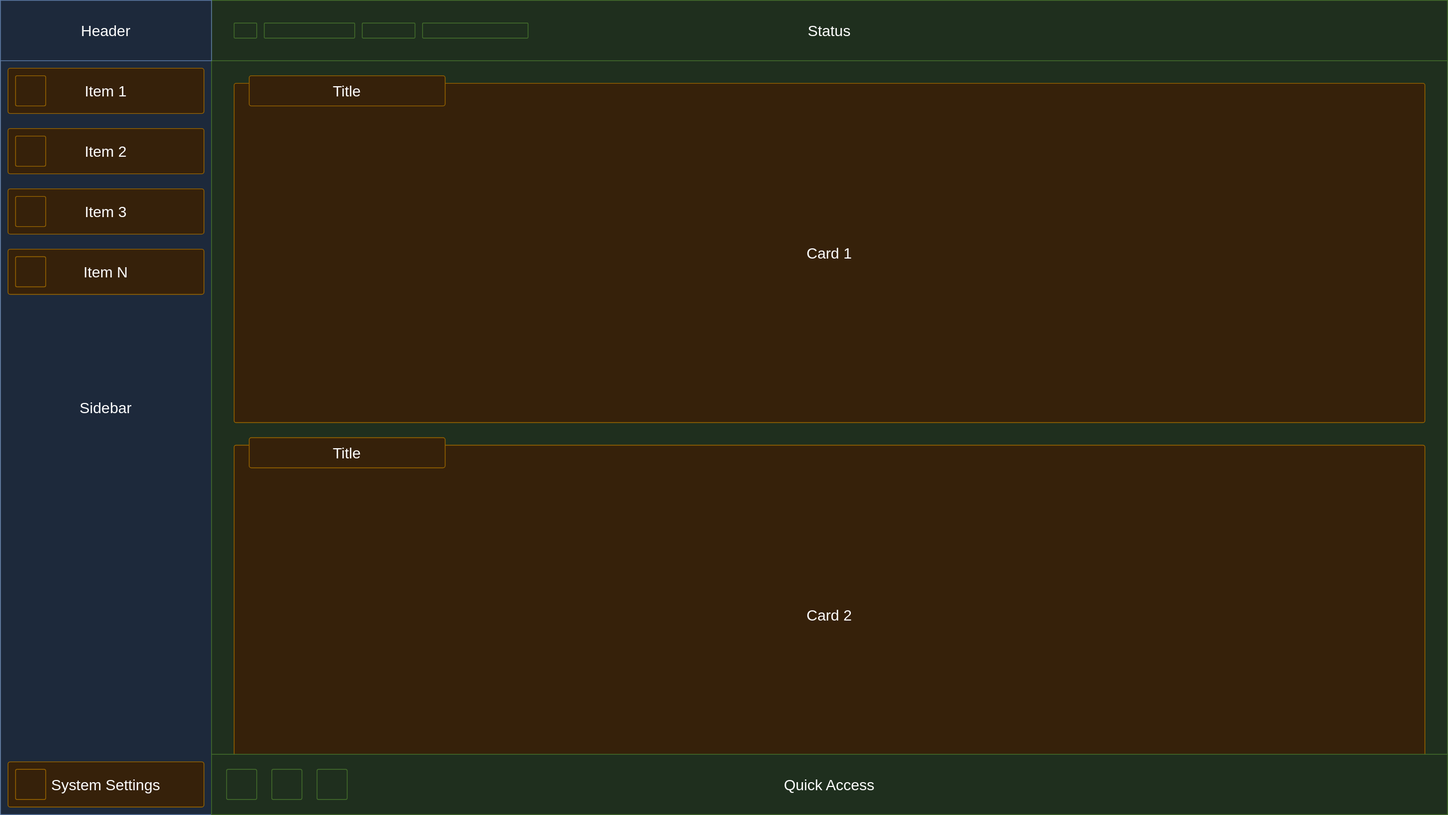
This is docs/ui.drawio.svg from MinecraftPlayground/server-management-dashboard, a draw.io export, as it was before one commit. Source tidied: cells renumbered, new cells last; positions are measured from the earlier drawing's top-left corner, leaving out a move shared by most shapes.
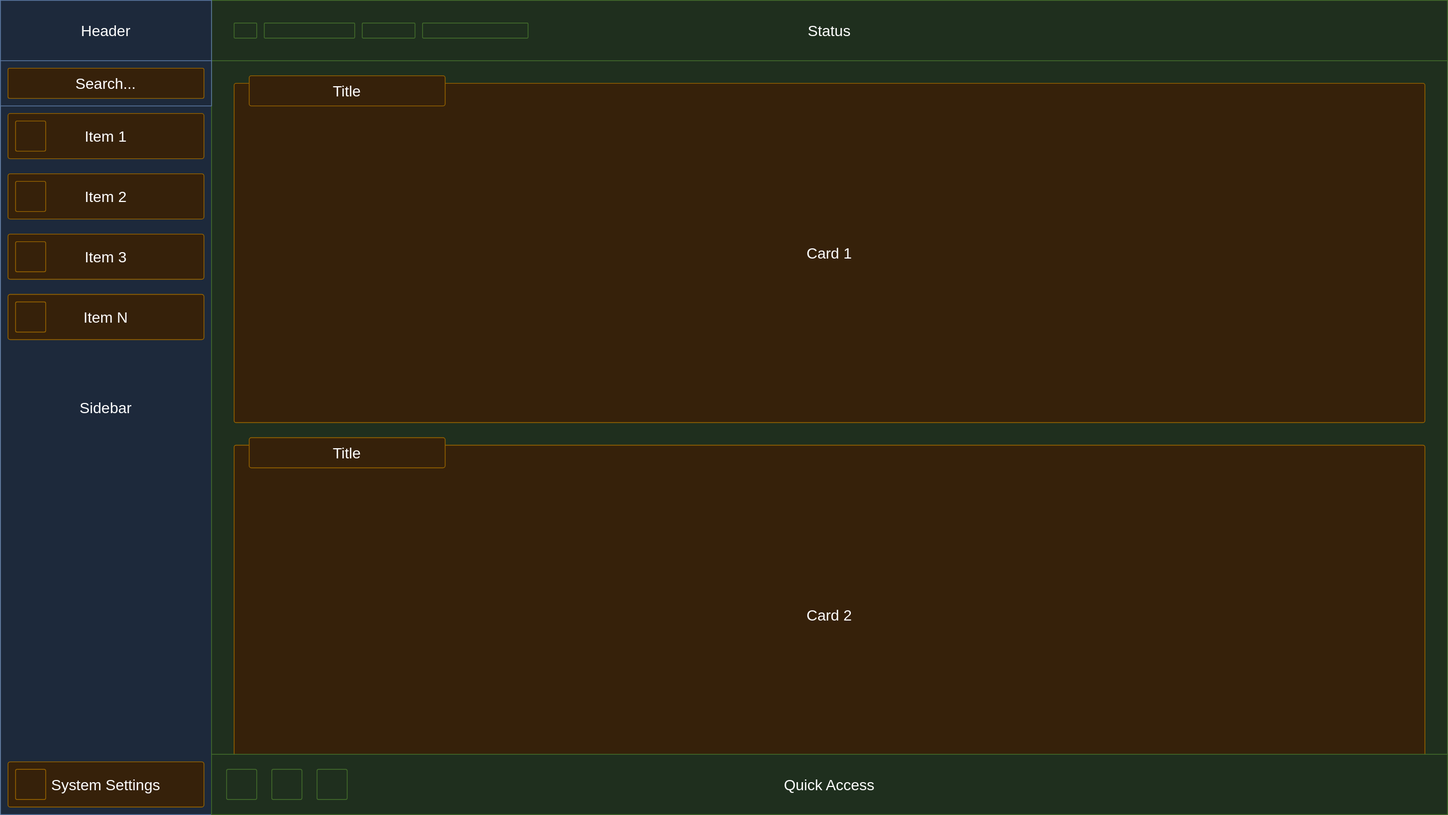
The same diagram one commit later.

The edit, as a diff of the source:
```diff
@@ -9,7 +9,7 @@
       <mxGeometry x="280" width="1640" height="1080" as="geometry" />
     </mxCell>
     <mxCell id="4" style="group;" parent="1" vertex="1">
-      <mxGeometry x="10" y="170" width="260" height="60" as="geometry" />
+      <mxGeometry x="10" y="230" width="260" height="60" as="geometry" />
     </mxCell>
     <mxCell id="5" value="Item 2" style="rounded=1;whiteSpace=wrap;html=1;fillColor=#ffe6cc;strokeColor=#d79b00;fontSize=20;arcSize=5;" parent="4" vertex="1">
       <mxGeometry width="260" height="60" as="geometry" />
@@ -18,7 +18,7 @@
       <mxGeometry x="10" y="10" width="40" height="40" as="geometry" />
     </mxCell>
     <mxCell id="7" style="group;" parent="1" vertex="1">
-      <mxGeometry x="10" y="250" width="260" height="60" as="geometry" />
+      <mxGeometry x="10" y="310" width="260" height="60" as="geometry" />
     </mxCell>
     <mxCell id="8" value="Item 3" style="rounded=1;whiteSpace=wrap;html=1;fillColor=#ffe6cc;strokeColor=#d79b00;fontSize=20;arcSize=5;" parent="7" vertex="1">
       <mxGeometry width="260" height="60" as="geometry" />
@@ -27,7 +27,7 @@
       <mxGeometry x="10" y="10" width="40" height="40" as="geometry" />
     </mxCell>
     <mxCell id="10" style="group;" parent="1" vertex="1">
-      <mxGeometry x="10" y="330" width="260" height="60" as="geometry" />
+      <mxGeometry x="10" y="390" width="260" height="60" as="geometry" />
     </mxCell>
     <mxCell id="11" value="Item N" style="rounded=1;whiteSpace=wrap;html=1;fillColor=#ffe6cc;strokeColor=#d79b00;fontSize=20;arcSize=5;" parent="10" vertex="1">
       <mxGeometry width="260" height="60" as="geometry" />
@@ -90,7 +90,7 @@
       <mxGeometry width="280" height="80" as="geometry" />
     </mxCell>
     <mxCell id="31" style="group;" parent="1" vertex="1">
-      <mxGeometry x="10" y="90" width="260" height="60" as="geometry" />
+      <mxGeometry x="10" y="150" width="260" height="60" as="geometry" />
     </mxCell>
     <mxCell id="32" value="Item 1" style="rounded=1;whiteSpace=wrap;html=1;fillColor=#ffe6cc;strokeColor=#d79b00;fontSize=20;arcSize=5;" parent="31" vertex="1">
       <mxGeometry width="260" height="60" as="geometry" />
@@ -104,5 +104,14 @@
     <mxCell id="35" value="Title" style="rounded=1;whiteSpace=wrap;html=1;fillColor=#ffe6cc;strokeColor=#d79b00;fontSize=20;arcSize=7;" parent="1" vertex="1">
       <mxGeometry x="330" y="580" width="260" height="40" as="geometry" />
     </mxCell>
+    <mxCell id="36" style="whiteSpace=wrap;html=1;fillColor=#dae8fc;strokeColor=#6c8ebf;fontSize=20;align=center;verticalAlign=middle;" parent="1" vertex="1">
+      <mxGeometry y="80" width="280" height="60" as="geometry" />
+    </mxCell>
+    <mxCell id="37" style="group;" parent="1" vertex="1">
+      <mxGeometry x="10" y="90" width="260" height="40" as="geometry" />
+    </mxCell>
+    <mxCell id="38" value="Search..." style="rounded=1;whiteSpace=wrap;html=1;fillColor=#ffe6cc;strokeColor=#d79b00;fontSize=20;arcSize=5;" parent="37" vertex="1">
+      <mxGeometry width="260" height="40" as="geometry" />
+    </mxCell>
   </root>
 </mxGraphModel>
```
